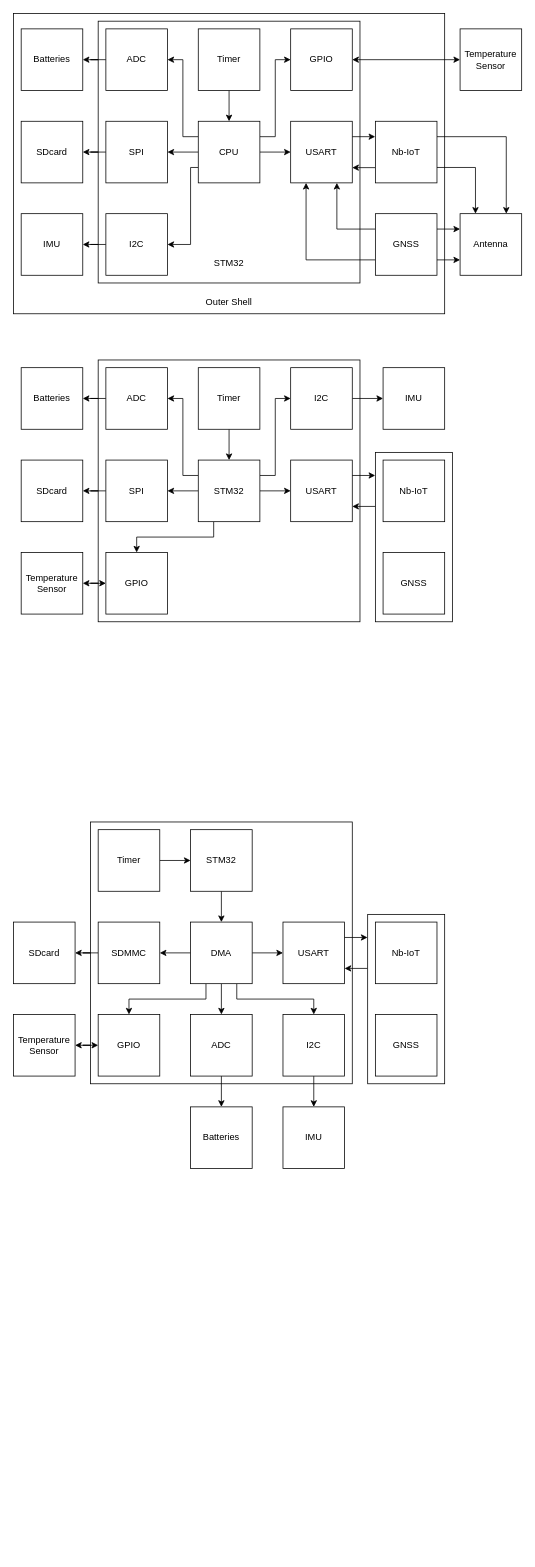
The draw.io diagram report/images/diagrams/block_diagram/block_diagram.drawio in viniciuscacarvalho/5S, before the edit. Source tidied: cells renumbered, new cells numbered last; positions are measured from the earlier drawing's top-left corner, leaving out a move shared by most shapes. Both pictures are drawn from the tidied source at 77%, with x=0, y=0 at pixel (13, 13).
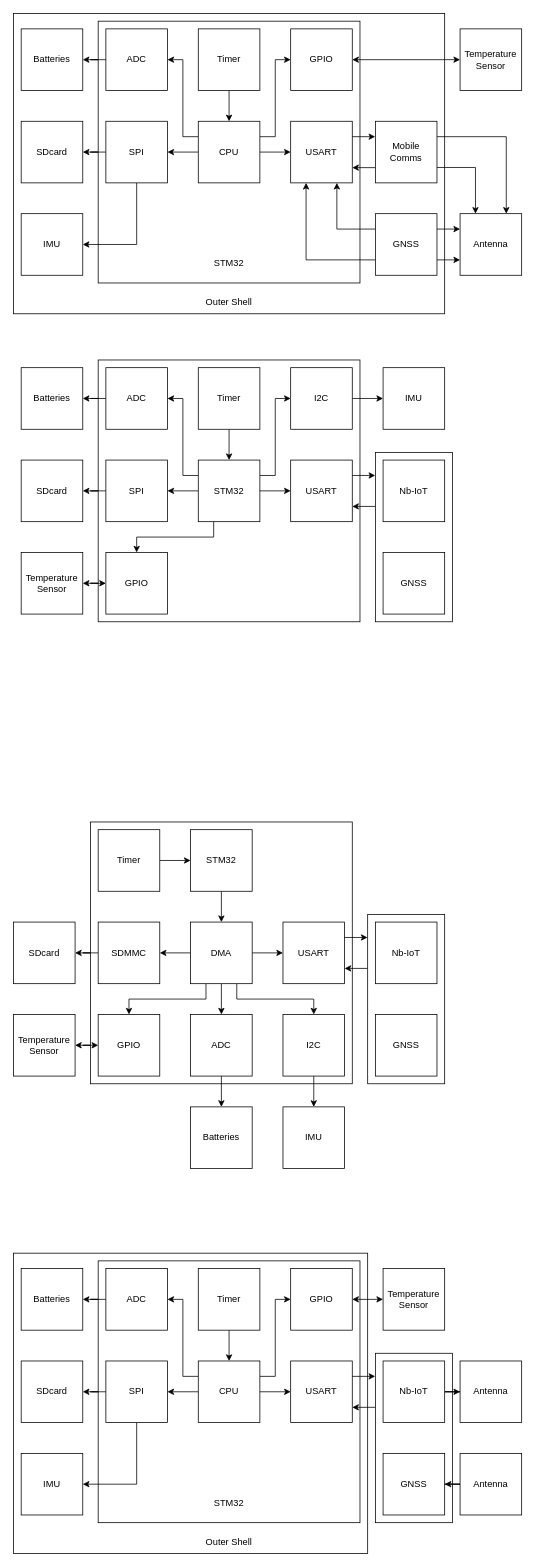
The same diagram, later.

Unchanged cells that the change refers to:
```xml
<mxCell id="65" value="CPU" style="whiteSpace=wrap;html=1;" parent="1" vertex="1">
  <mxGeometry x="240" y="140" width="80" height="80" as="geometry" />
</mxCell>
<mxCell id="71" value="SPI" style="whiteSpace=wrap;html=1;" parent="1" vertex="1">
  <mxGeometry x="120" y="140" width="80" height="80" as="geometry" />
</mxCell>
<mxCell id="85" value="IMU" style="whiteSpace=wrap;html=1;" parent="1" vertex="1">
  <mxGeometry x="10" y="260" width="80" height="80" as="geometry" />
</mxCell>
```

Change to the diagram source:
```diff
@@
-    <mxCell id="64" style="edgeStyle=orthogonalEdgeStyle;rounded=0;jettySize=auto;html=1;exitX=0;exitY=0.75;exitDx=0;exitDy=0;entryX=1;entryY=0.5;entryDx=0;entryDy=0;" parent="1" edge="1" source="65" target="84">
-      <mxGeometry relative="1" as="geometry">
-        <Array as="points">
-          <mxPoint x="230" y="200" />
-          <mxPoint x="230" y="300" />
-        </Array>
-      </mxGeometry>
-    </mxCell>
@@
+    <mxCell id="94" style="edgeStyle=orthogonalEdgeStyle;rounded=0;jettySize=auto;html=1;exitX=0.5;exitY=1;exitDx=0;exitDy=0;entryX=1;entryY=0.5;entryDx=0;entryDy=0;" parent="1" edge="1" source="71" target="85">
+      <mxGeometry relative="1" as="geometry" />
+    </mxCell>
@@
-    <mxCell id="83" style="edgeStyle=orthogonalEdgeStyle;rounded=0;jettySize=auto;html=1;entryX=1;entryY=0.5;entryDx=0;entryDy=0;" parent="1" edge="1" source="84" target="85">
-      <mxGeometry relative="1" as="geometry" />
-    </mxCell>
-    <mxCell id="84" value="I2C" style="whiteSpace=wrap;html=1;" parent="1" vertex="1">
-      <mxGeometry x="120" y="260" width="80" height="80" as="geometry" />
-    </mxCell>
@@
-    <mxCell id="90" value="Nb-IoT" style="whiteSpace=wrap;html=1;" parent="1" vertex="1">
+    <mxCell id="90" value="Mobile Comms" style="whiteSpace=wrap;html=1;" parent="1" vertex="1">
       <mxGeometry x="470" y="140" width="80" height="80" as="geometry" />
     </mxCell>
@@
+    <mxCell id="95" style="rounded=0;whiteSpace=wrap;html=1;" parent="1" vertex="1">
+      <mxGeometry y="1610" width="460" height="390" as="geometry" />
+    </mxCell>
+    <mxCell id="96" style="rounded=0;whiteSpace=wrap;html=1;" parent="1" vertex="1">
+      <mxGeometry x="110" y="1620" width="340" height="340" as="geometry" />
+    </mxCell>
+    <mxCell id="97" style="edgeStyle=orthogonalEdgeStyle;rounded=0;jettySize=auto;html=1;exitX=0;exitY=0.25;exitDx=0;exitDy=0;entryX=1;entryY=0.5;entryDx=0;entryDy=0;" parent="1" edge="1" source="101" target="103">
+      <mxGeometry relative="1" as="geometry">
+        <Array as="points">
+          <mxPoint x="220" y="1770" />
+          <mxPoint x="220" y="1670" />
+        </Array>
+      </mxGeometry>
+    </mxCell>
+    <mxCell id="98" style="edgeStyle=orthogonalEdgeStyle;rounded=0;jettySize=auto;html=1;exitX=1;exitY=0.5;exitDx=0;exitDy=0;entryX=0;entryY=0.5;entryDx=0;entryDy=0;" parent="1" edge="1" source="101" target="104">
+      <mxGeometry relative="1" as="geometry" />
+    </mxCell>
+    <mxCell id="99" style="edgeStyle=orthogonalEdgeStyle;rounded=0;jettySize=auto;html=1;exitX=0;exitY=0.5;exitDx=0;exitDy=0;entryX=1;entryY=0.5;entryDx=0;entryDy=0;" parent="1" edge="1" source="101" target="107">
+      <mxGeometry relative="1" as="geometry">
+        <Array as="points">
+          <mxPoint x="240" y="1790" />
+          <mxPoint x="240" y="1790" />
+        </Array>
+      </mxGeometry>
+    </mxCell>
+    <mxCell id="100" style="edgeStyle=orthogonalEdgeStyle;rounded=0;jettySize=auto;html=1;entryX=0;entryY=0.5;entryDx=0;entryDy=0;exitX=1;exitY=0.25;exitDx=0;exitDy=0;" parent="1" edge="1" source="101" target="111">
+      <mxGeometry relative="1" as="geometry">
+        <Array as="points">
+          <mxPoint x="340" y="1770" />
+          <mxPoint x="340" y="1670" />
+        </Array>
+      </mxGeometry>
+    </mxCell>
+    <mxCell id="101" value="CPU" style="whiteSpace=wrap;html=1;" parent="1" vertex="1">
+      <mxGeometry x="240" y="1750" width="80" height="80" as="geometry" />
+    </mxCell>
+    <mxCell id="102" style="edgeStyle=orthogonalEdgeStyle;rounded=0;jettySize=auto;html=1;entryX=1;entryY=0.5;entryDx=0;entryDy=0;" parent="1" edge="1" source="103" target="109">
+      <mxGeometry relative="1" as="geometry" />
+    </mxCell>
+    <mxCell id="103" value="ADC" style="whiteSpace=wrap;html=1;" parent="1" vertex="1">
+      <mxGeometry x="120" y="1630" width="80" height="80" as="geometry" />
+    </mxCell>
+    <mxCell id="104" value="USART" style="whiteSpace=wrap;html=1;" parent="1" vertex="1">
+      <mxGeometry x="360" y="1750" width="80" height="80" as="geometry" />
+    </mxCell>
+    <mxCell id="105" style="edgeStyle=orthogonalEdgeStyle;rounded=0;jettySize=auto;html=1;entryX=1;entryY=0.5;entryDx=0;entryDy=0;" parent="1" edge="1" source="107" target="108">
+      <mxGeometry relative="1" as="geometry" />
+    </mxCell>
+    <mxCell id="106" style="edgeStyle=orthogonalEdgeStyle;rounded=0;jettySize=auto;html=1;exitX=0.5;exitY=1;exitDx=0;exitDy=0;entryX=1;entryY=0.5;entryDx=0;entryDy=0;" parent="1" edge="1" source="107" target="113">
+      <mxGeometry relative="1" as="geometry" />
+    </mxCell>
+    <mxCell id="107" value="SPI" style="whiteSpace=wrap;html=1;" parent="1" vertex="1">
+      <mxGeometry x="120" y="1750" width="80" height="80" as="geometry" />
+    </mxCell>
+    <mxCell id="108" value="SDcard" style="whiteSpace=wrap;html=1;" parent="1" vertex="1">
+      <mxGeometry x="10" y="1750" width="80" height="80" as="geometry" />
+    </mxCell>
+    <mxCell id="109" value="Batteries" style="whiteSpace=wrap;html=1;" parent="1" vertex="1">
+      <mxGeometry x="10" y="1630" width="80" height="80" as="geometry" />
+    </mxCell>
+    <mxCell id="110" style="edgeStyle=orthogonalEdgeStyle;rounded=0;jettySize=auto;html=1;entryX=0;entryY=0.5;entryDx=0;entryDy=0;startArrow=classic;startFill=1;" parent="1" edge="1" source="111" target="112">
+      <mxGeometry relative="1" as="geometry" />
+    </mxCell>
+    <mxCell id="111" value="GPIO" style="whiteSpace=wrap;html=1;" parent="1" vertex="1">
+      <mxGeometry x="360" y="1630" width="80" height="80" as="geometry" />
+    </mxCell>
+    <mxCell id="112" value="Temperature Sensor" style="whiteSpace=wrap;html=1;" parent="1" vertex="1">
+      <mxGeometry x="480" y="1630" width="80" height="80" as="geometry" />
+    </mxCell>
+    <mxCell id="113" value="IMU" style="whiteSpace=wrap;html=1;" parent="1" vertex="1">
+      <mxGeometry x="10" y="1870" width="80" height="80" as="geometry" />
+    </mxCell>
+    <mxCell id="114" style="edgeStyle=orthogonalEdgeStyle;rounded=0;jettySize=auto;html=1;entryX=0.5;entryY=0;entryDx=0;entryDy=0;" parent="1" edge="1" source="115" target="101">
+      <mxGeometry relative="1" as="geometry" />
+    </mxCell>
+    <mxCell id="115" value="Timer" style="whiteSpace=wrap;html=1;" parent="1" vertex="1">
+      <mxGeometry x="240" y="1630" width="80" height="80" as="geometry" />
+    </mxCell>
+    <mxCell id="116" value="STM32" style="text;html=1;align=center;verticalAlign=middle;whiteSpace=wrap;rounded=0;" parent="1" vertex="1">
+      <mxGeometry x="250" y="1920" width="60" height="30" as="geometry" />
+    </mxCell>
+    <mxCell id="117" value="Outer Shell" style="text;html=1;align=center;verticalAlign=middle;whiteSpace=wrap;rounded=0;" parent="1" vertex="1">
+      <mxGeometry x="240" y="1970" width="80" height="30" as="geometry" />
+    </mxCell>
+    <mxCell id="118" style="edgeStyle=orthogonalEdgeStyle;rounded=0;jettySize=auto;html=1;entryX=0.319;entryY=1.002;entryDx=0;entryDy=0;entryPerimeter=0;startArrow=classic;startFill=1;endArrow=none;" parent="1" edge="1" target="119">
+      <mxGeometry relative="1" as="geometry">
+        <mxPoint x="440" y="1810" as="sourcePoint" />
+        <Array as="points">
+          <mxPoint x="470" y="1810" />
+        </Array>
+      </mxGeometry>
+    </mxCell>
+    <mxCell id="119" style="rounded=0;whiteSpace=wrap;html=1;fontStyle=4;rotation=90;" parent="1" vertex="1">
+      <mxGeometry x="410" y="1800" width="220" height="100" as="geometry" />
+    </mxCell>
+    <mxCell id="120" style="edgeStyle=orthogonalEdgeStyle;rounded=0;jettySize=auto;html=1;entryX=0;entryY=0.5;entryDx=0;entryDy=0;" parent="1" edge="1" source="121" target="124">
+      <mxGeometry relative="1" as="geometry" />
+    </mxCell>
+    <mxCell id="121" value="Nb-IoT" style="whiteSpace=wrap;html=1;" parent="1" vertex="1">
+      <mxGeometry x="480" y="1750" width="80" height="80" as="geometry" />
+    </mxCell>
+    <mxCell id="122" value="GNSS" style="whiteSpace=wrap;html=1;" parent="1" vertex="1">
+      <mxGeometry x="480" y="1870" width="80" height="80" as="geometry" />
+    </mxCell>
+    <mxCell id="123" style="edgeStyle=orthogonalEdgeStyle;rounded=0;jettySize=auto;html=1;entryX=0.135;entryY=1.002;entryDx=0;entryDy=0;entryPerimeter=0;exitX=1;exitY=0.25;exitDx=0;exitDy=0;" parent="1" edge="1" target="119">
+      <mxGeometry relative="1" as="geometry">
+        <mxPoint x="440" y="1770" as="sourcePoint" />
+      </mxGeometry>
+    </mxCell>
+    <mxCell id="124" value="Antenna" style="whiteSpace=wrap;html=1;" parent="1" vertex="1">
+      <mxGeometry x="580" y="1750" width="80" height="80" as="geometry" />
+    </mxCell>
+    <mxCell id="125" style="edgeStyle=orthogonalEdgeStyle;rounded=0;jettySize=auto;html=1;" parent="1" edge="1" source="126" target="122">
+      <mxGeometry relative="1" as="geometry" />
+    </mxCell>
+    <mxCell id="126" value="Antenna" style="whiteSpace=wrap;html=1;" parent="1" vertex="1">
+      <mxGeometry x="580" y="1870" width="80" height="80" as="geometry" />
+    </mxCell>
```
